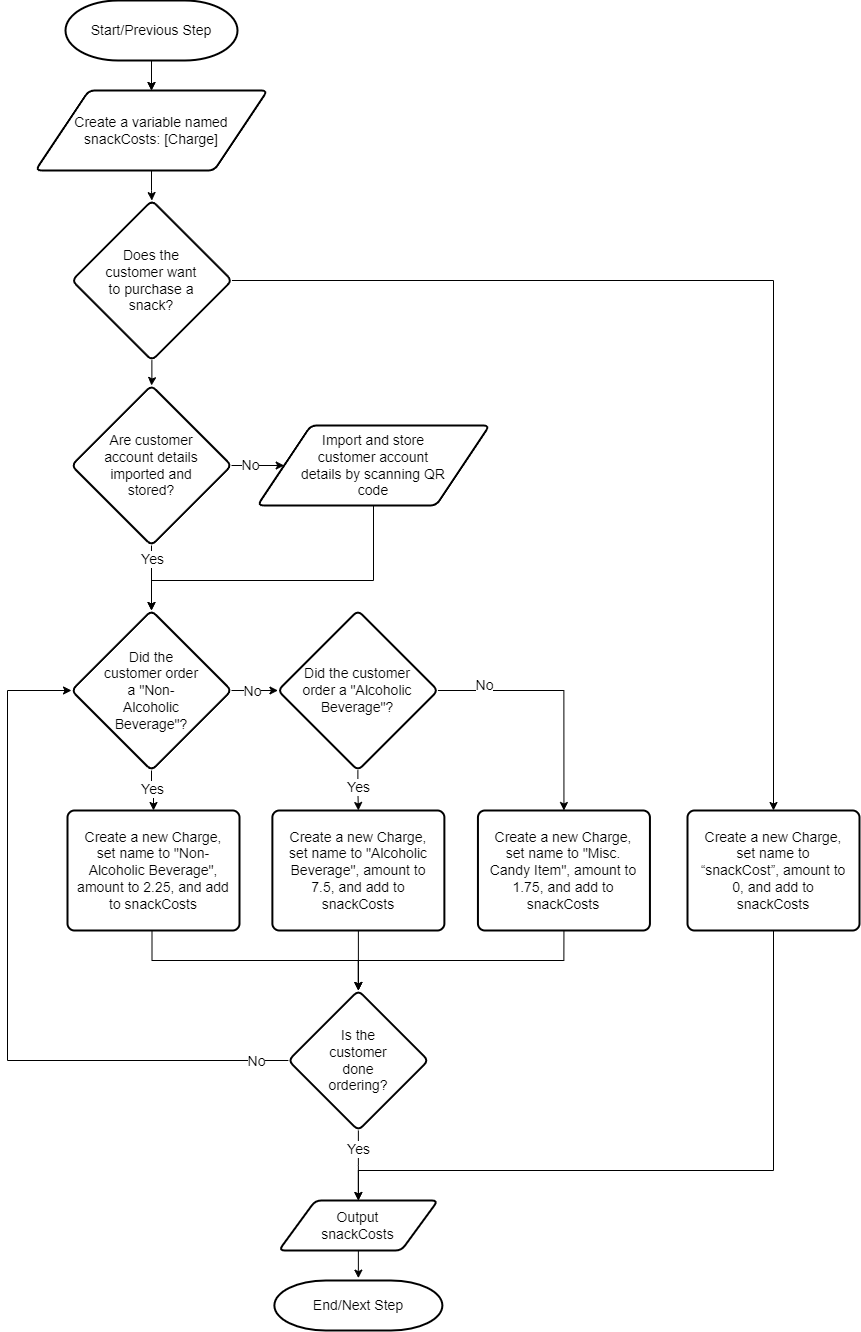
Earlier version of the draw.io export APS145NFF/W5/logic3-Luca Novello_part4.png (lucanovello/Winter-2024). Source tidied: cells renumbered, new cells last; positions are measured from the earlier drawing's top-left corner, leaving out a move shared by most shapes.
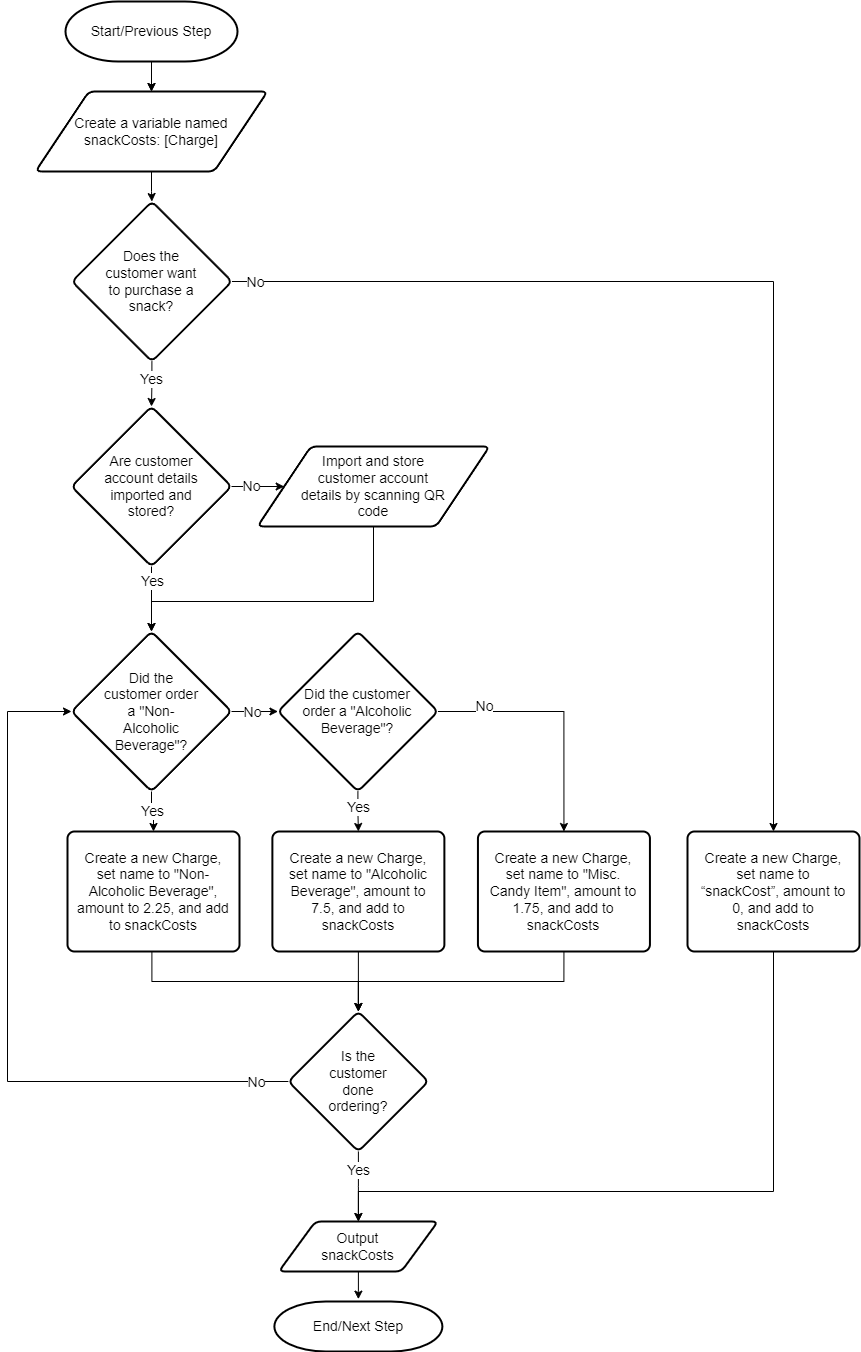
Above is the later version.

What changed in the source:
```diff
@@ -6,7 +6,7 @@
       <mxGeometry relative="1" as="geometry" />
     </mxCell>
     <mxCell id="3" value="Start/Previous Step" style="strokeWidth=2;html=1;shape=mxgraph.flowchart.terminator;whiteSpace=wrap;spacing=20;spacingTop=5;spacingBottom=5;spacingLeft=5;spacingRight=5;fontSize=14;" parent="1" vertex="1">
-      <mxGeometry x="58" width="172" height="60" as="geometry" />
+      <mxGeometry x="58" y="-20" width="172" height="60" as="geometry" />
     </mxCell>
     <mxCell id="4" style="edgeStyle=orthogonalEdgeStyle;rounded=0;jettySize=auto;html=1;spacing=12;spacingTop=5;spacingBottom=5;spacingLeft=5;spacingRight=5;entryX=0.5;entryY=0;entryDx=0;entryDy=0;fontSize=14;" parent="1" edge="1" source="8" target="29">
       <mxGeometry relative="1" as="geometry" />
@@ -54,7 +54,7 @@
       <mxGeometry relative="1" as="geometry" />
     </mxCell>
     <mxCell id="15" value="&lt;div style=&quot;font-size: 14px;&quot;&gt;&lt;div style=&quot;font-size: 14px;&quot;&gt;Create a variable named snackCosts: [Charge]&lt;/div&gt;&lt;/div&gt;" style="shape=parallelogram;html=1;strokeWidth=2;perimeter=parallelogramPerimeter;whiteSpace=wrap;rounded=1;arcSize=12;size=0.23;spacing=20;spacingTop=0;spacingBottom=0;spacingLeft=15;spacingRight=15;fontSize=14;" parent="1" vertex="1">
-      <mxGeometry x="28" y="90" width="232" height="80" as="geometry" />
+      <mxGeometry x="28" y="70" width="232" height="80" as="geometry" />
     </mxCell>
     <mxCell id="16" style="edgeStyle=orthogonalEdgeStyle;rounded=0;jettySize=auto;html=1;entryX=0.5;entryY=-0.047;entryDx=0;entryDy=0;entryPerimeter=0;fontSize=14;" parent="1" edge="1" source="17" target="20">
       <mxGeometry relative="1" as="geometry" />
@@ -123,11 +123,17 @@
     <mxCell id="31" style="edgeStyle=orthogonalEdgeStyle;rounded=0;jettySize=auto;html=1;fontSize=14;" parent="1" edge="1" source="33" target="38">
       <mxGeometry relative="1" as="geometry" />
     </mxCell>
+    <mxCell id="43" value="Yes" style="edgeLabel;html=1;align=center;verticalAlign=middle;fontSize=14;" parent="31" vertex="1">
+      <mxGeometry x="-0.21" y="-1" relative="1" as="geometry" />
+    </mxCell>
     <mxCell id="32" style="edgeStyle=orthogonalEdgeStyle;rounded=0;jettySize=auto;html=1;entryX=0.5;entryY=0;entryDx=0;entryDy=0;fontSize=14;" parent="1" edge="1" source="33" target="42">
       <mxGeometry relative="1" as="geometry" />
     </mxCell>
+    <mxCell id="44" value="No" style="edgeLabel;html=1;align=center;verticalAlign=middle;fontSize=14;" parent="32" vertex="1">
+      <mxGeometry x="-0.96" relative="1" as="geometry" />
+    </mxCell>
     <mxCell id="33" value="&lt;p style=&quot;line-height: 120%; font-size: 14px;&quot;&gt;Does the customer want to purchase a snack?&lt;/p&gt;" style="rhombus;whiteSpace=wrap;html=1;strokeWidth=2;rounded=1;arcSize=12;verticalAlign=middle;horizontal=1;spacing=20;spacingBottom=0;spacingTop=0;spacingLeft=10;spacingRight=10;fontSize=14;" parent="1" vertex="1">
-      <mxGeometry x="64.4" y="200" width="160" height="160" as="geometry" />
+      <mxGeometry x="64.4" y="180" width="160" height="160" as="geometry" />
     </mxCell>
     <mxCell id="34" style="edgeStyle=orthogonalEdgeStyle;rounded=0;jettySize=auto;html=1;fontSize=14;" parent="1" edge="1" source="38" target="40">
       <mxGeometry relative="1" as="geometry" />
```
